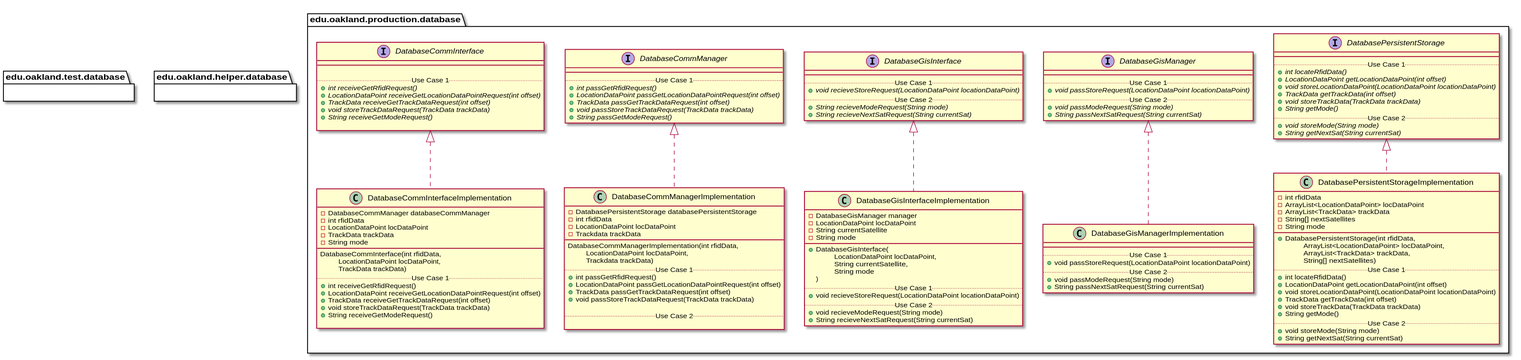
The PlantUML diagram docs/uml-class-diagrams/database/DatabasePackages_InternalDependencies.svg in andrewdimmer/csi-3370-software-project, before a commit.
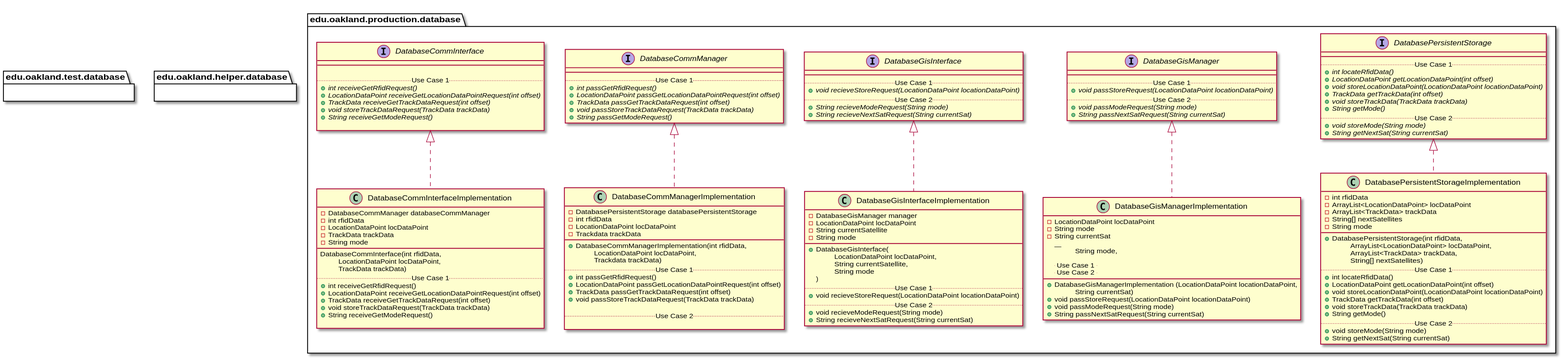
The same diagram one commit later.

Change to the diagram source:
```diff
@@ -106,7 +106,7 @@
         - LocationDataPoint locDataPoint
         - Trackdata trackData
         __
-        DatabaseCommManagerImplementation(int rfidData,
+        + DatabaseCommManagerImplementation(int rfidData,
          \tLocationDataPoint locDataPoint,
          \tTrackdata trackData)
         .. Use Case 1 ..
@@ -148,7 +148,14 @@
 
 package edu.oakland.production.database {
     class DatabaseGisManagerImplementation {
-        __
+    	- LocationDataPoint locDataPoint
+    	- String mode
+    	- String currentSat
+    	        __
+        + DatabaseGisManagerImplementation (LocationDataPoint locationDataPoint,
+        \t String mode,
+        \t String currentSat)
+
         .. Use Case 1 ..
         + void passStoreRequest(LocationDataPoint locationDataPoint)
         .. Use Case 2 ..
```
